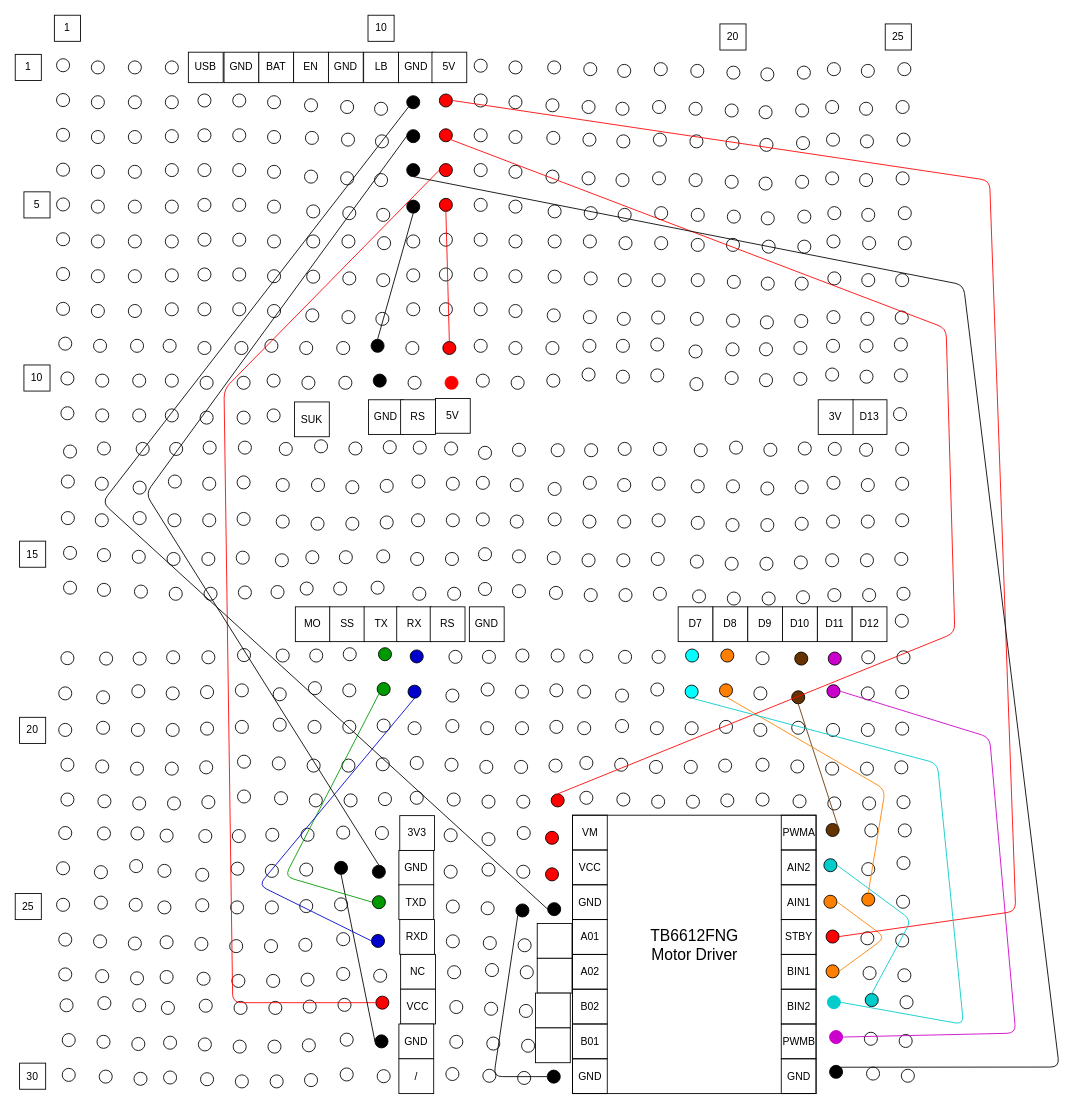
The draw.io diagram Draw/Solder board diagram (1) (4).drawio in LesleyWheat/CatTurtle, before the edit. Source tidied: cells renumbered, new cells numbered last; positions are measured from the earlier drawing's top-left corner, leaving out a move shared by most shapes. Both pictures are drawn from the tidied source at 87%, with x=0, y=0 at pixel (15, 15).
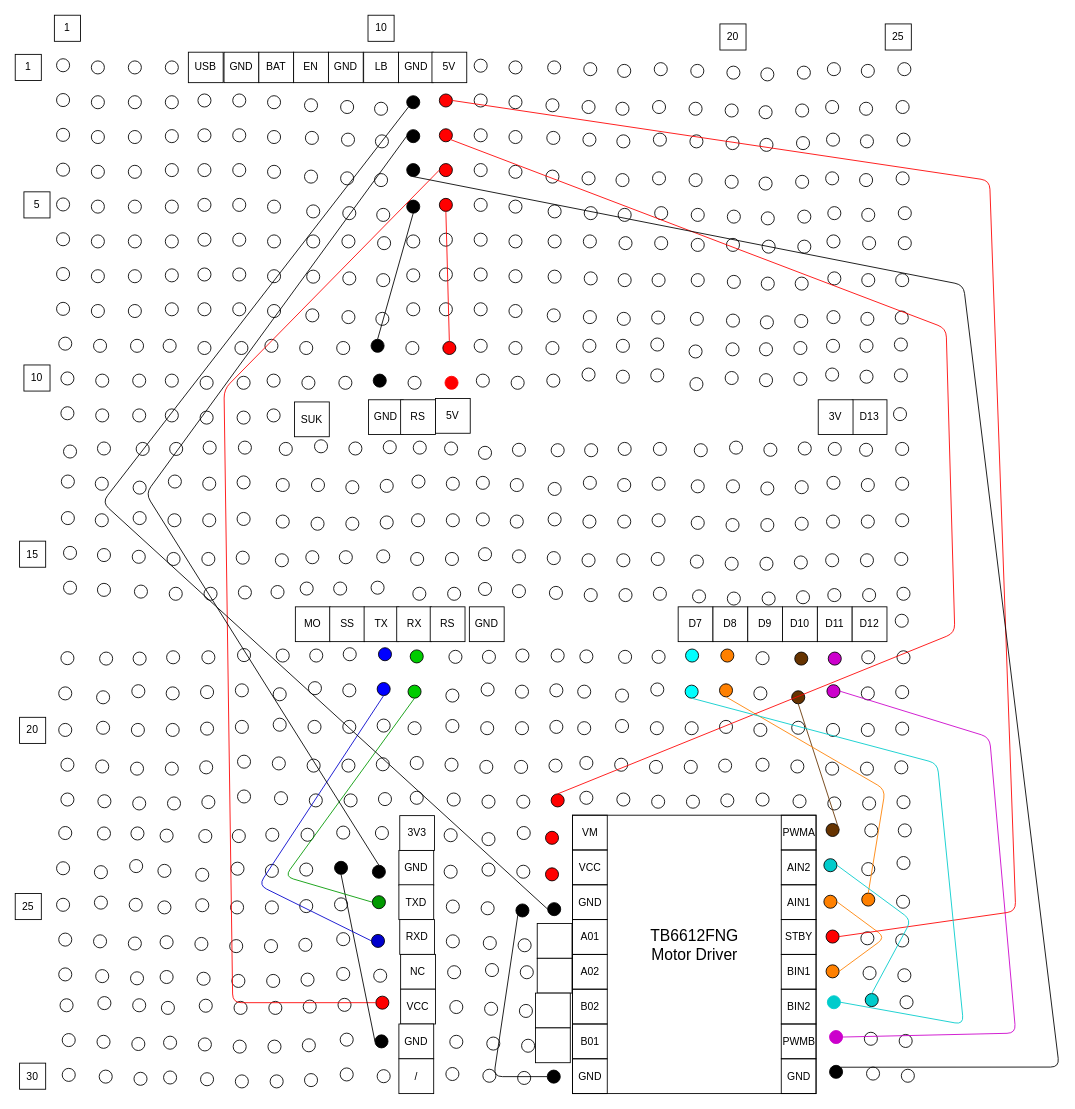
After the change.

The change refers to these unchanged cells:
```xml
<mxCell id="572" style="ellipse;whiteSpace=wrap;html=1;fillColor=#009900;" parent="1" vertex="1">
  <mxGeometry x="410.5" y="1012" width="15" height="15" as="geometry" />
</mxCell>
<mxCell id="573" style="ellipse;whiteSpace=wrap;html=1;fillColor=#0000CC;" parent="1" vertex="1">
  <mxGeometry x="409.5" y="1056.5" width="15" height="15" as="geometry" />
</mxCell>
```

Diff of the diagram source:
```diff
@@
-    <mxCell id="492" style="ellipse;whiteSpace=wrap;html=1;fillColor=#0000CC;" parent="1" vertex="1">
+    <mxCell id="492" style="ellipse;whiteSpace=wrap;html=1;fillColor=#00CC00;" parent="1" vertex="1">
       <mxGeometry x="451.5" y="770" width="15" height="15" as="geometry" />
     </mxCell>
@@
-    <mxCell id="512" style="ellipse;whiteSpace=wrap;html=1;fillColor=#0000CC;" parent="1" vertex="1">
+    <mxCell id="512" style="ellipse;whiteSpace=wrap;html=1;fillColor=#00CC00;" parent="1" vertex="1">
       <mxGeometry x="454" y="729.5" width="15" height="15" as="geometry" />
     </mxCell>
@@
-    <mxCell id="536" style="ellipse;whiteSpace=wrap;html=1;fillColor=#009900;" parent="1" vertex="1">
+    <mxCell id="536" style="ellipse;whiteSpace=wrap;html=1;fillColor=#0000FF;" parent="1" vertex="1">
       <mxGeometry x="416" y="767" width="15" height="15" as="geometry" />
     </mxCell>
@@
-    <mxCell id="541" style="ellipse;whiteSpace=wrap;html=1;fillColor=#009900;" parent="1" vertex="1">
+    <mxCell id="541" style="ellipse;whiteSpace=wrap;html=1;fillColor=#0000FF;" parent="1" vertex="1">
       <mxGeometry x="417.5" y="727" width="15" height="15" as="geometry" />
     </mxCell>
@@
-    <mxCell id="713" style="endArrow=none;html=1;strokeColor=#009900;entryX=0;entryY=1;entryDx=0;entryDy=0;exitX=0;exitY=0.5;exitDx=0;exitDy=0;" parent="1" edge="1" source="572" target="536">
+    <mxCell id="713" style="endArrow=none;html=1;strokeColor=#009900;entryX=0.5;entryY=1;entryDx=0;entryDy=0;exitX=0;exitY=0.5;exitDx=0;exitDy=0;" parent="1" edge="1" source="572" target="492">
       <mxGeometry relative="1" as="geometry">
         <Array as="points">
           <mxPoint x="310" y="990" />
         </Array>
       </mxGeometry>
     </mxCell>
-    <mxCell id="714" style="endArrow=none;html=1;strokeColor=#0000CC;entryX=0.5;entryY=1;entryDx=0;entryDy=0;exitX=0;exitY=0.5;exitDx=0;exitDy=0;fillColor=#0000FF;" parent="1" edge="1" source="573" target="492">
+    <mxCell id="714" style="endArrow=none;html=1;strokeColor=#0000CC;exitX=0;exitY=0.5;exitDx=0;exitDy=0;fillColor=#0000FF;entryX=0.5;entryY=1;entryDx=0;entryDy=0;" parent="1" edge="1" source="573" target="536">
       <mxGeometry relative="1" as="geometry">
         <Array as="points">
           <mxPoint x="280" y="1000" />
         </Array>
       </mxGeometry>
     </mxCell>
```
